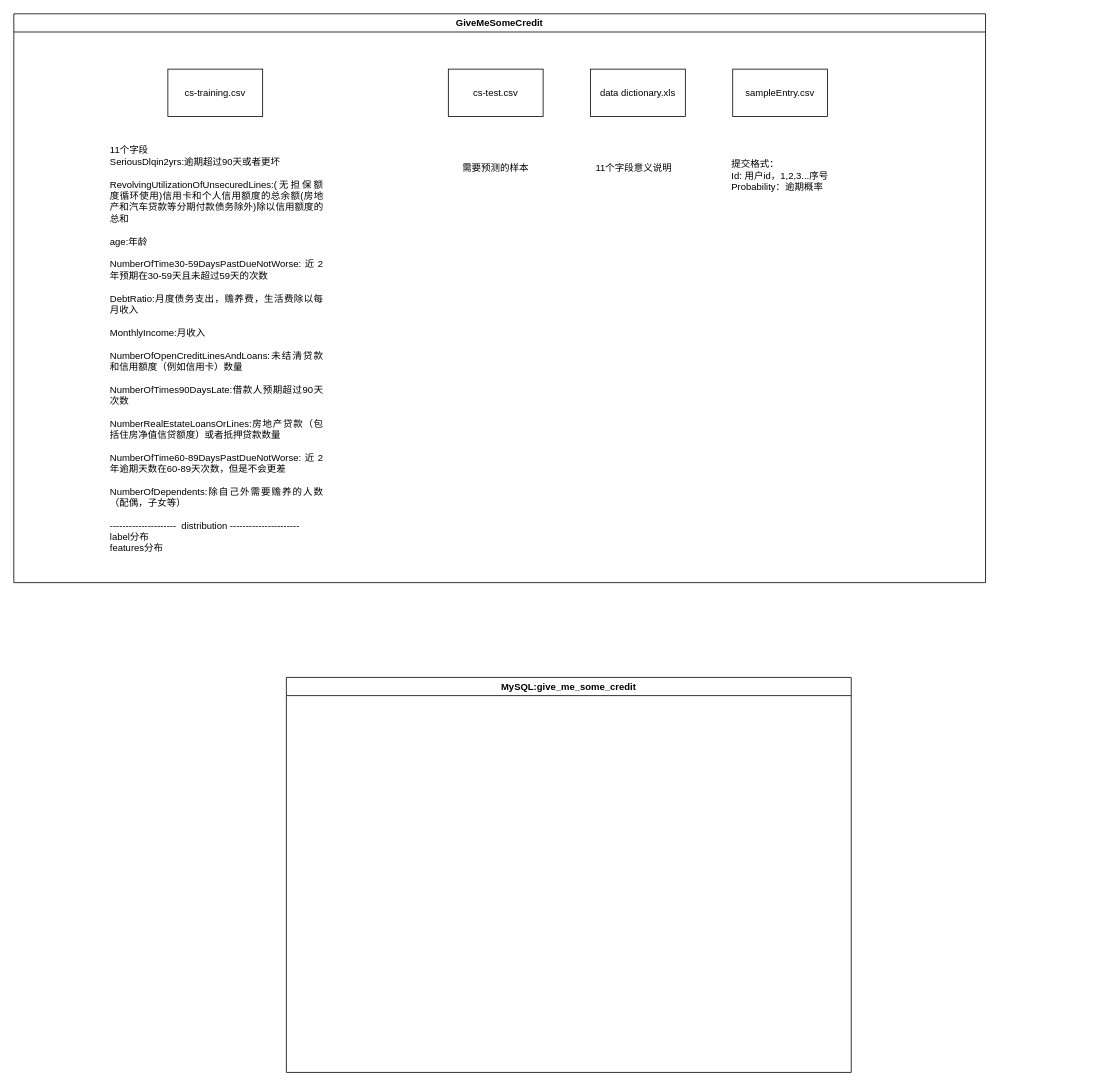
Earlier version of the draw.io diagram datasets/give_me_some_credit/data_info.drawio (dawangbaixiaofu/credit). Source tidied: cells renumbered, new cells numbered last; positions are measured from the earlier drawing's top-left corner, leaving out a move shared by most shapes. Both pictures are drawn from the tidied source at 79%, with x=0, y=0 at pixel (13, 13).
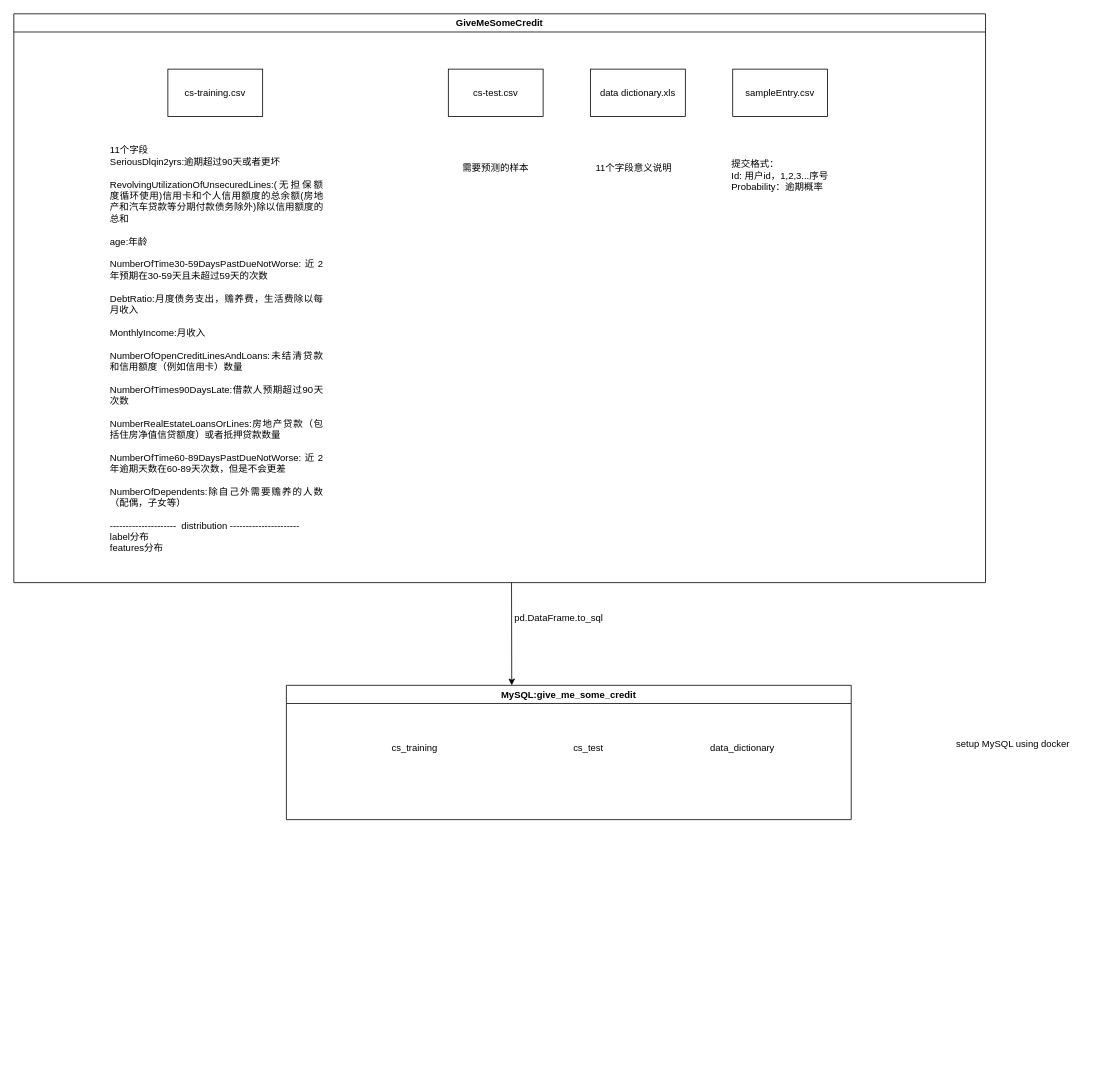
Above is the later version.

Commit message:
datasets:give_me_some_credit:data_info.drawio

What changed in the source:
```diff
@@
 <mxGraphModel>
   <root>
     <mxCell id="0" />
     <mxCell id="1" parent="0" />
     <mxCell id="2" value="GiveMeSomeCredit" style="swimlane;whiteSpace=wrap;html=1;" parent="1" vertex="1">
       <mxGeometry width="1230" height="720" as="geometry" />
     </mxCell>
     <mxCell id="3" value="cs-training.csv" style="rounded=0;whiteSpace=wrap;html=1;" parent="2" vertex="1">
       <mxGeometry x="195" y="70" width="120" height="60" as="geometry" />
     </mxCell>
     <mxCell id="4" value="cs-test.csv" style="rounded=0;whiteSpace=wrap;html=1;" parent="2" vertex="1">
       <mxGeometry x="550" y="70" width="120" height="60" as="geometry" />
     </mxCell>
     <mxCell id="5" value="data dictionary.xls" style="rounded=0;whiteSpace=wrap;html=1;" parent="2" vertex="1">
       <mxGeometry x="730" y="70" width="120" height="60" as="geometry" />
     </mxCell>
     <mxCell id="6" value="sampleEntry.csv" style="rounded=0;whiteSpace=wrap;html=1;" parent="2" vertex="1">
       <mxGeometry x="910" y="70" width="120" height="60" as="geometry" />
     </mxCell>
     <mxCell id="7" value="&lt;div style=&quot;text-align: justify;&quot;&gt;&lt;span style=&quot;background-color: initial;&quot;&gt;11个字段&lt;/span&gt;&lt;/div&gt;&lt;table style=&quot;text-align: justify;&quot; width=&quot;270&quot; cellspacing=&quot;0&quot; cellpadding=&quot;0&quot; border=&quot;0&quot;&gt;&lt;tbody&gt;&lt;tr style=&quot;height:12.75pt&quot; height=&quot;17&quot;&gt;  &lt;td style=&quot;height:12.75pt;width:203pt&quot; width=&quot;270&quot; class=&quot;xl65&quot; height=&quot;17&quot;&gt;SeriousDlqin2yrs:逾期超过90天或者更坏&lt;br&gt;&lt;br&gt;&lt;table width=&quot;270&quot; cellspacing=&quot;0&quot; cellpadding=&quot;0&quot; border=&quot;0&quot;&gt;&lt;tbody&gt;&lt;tr style=&quot;height:25.5pt&quot; height=&quot;34&quot;&gt;  &lt;td style=&quot;height:25.5pt;width:203pt&quot; width=&quot;270&quot; class=&quot;xl65&quot; height=&quot;34&quot;&gt;RevolvingUtilizationOfUnsecuredLines:(无担保额度循环使用)信用卡和个人信用额度的总余额(房地产和汽车贷款等分期付款债务除外)除以信用额度的总和&lt;br&gt;&lt;br&gt;age:年龄&lt;br&gt;&lt;br&gt;&lt;table width=&quot;270&quot; cellspacing=&quot;0&quot; cellpadding=&quot;0&quot; border=&quot;0&quot;&gt;&lt;tbody&gt;&lt;tr style=&quot;height:12.75pt&quot; height=&quot;17&quot;&gt;  &lt;td style=&quot;height:12.75pt;width:203pt&quot; width=&quot;270&quot; class=&quot;xl65&quot; height=&quot;17&quot;&gt;NumberOfTime30-59DaysPastDueNotWorse:近2年预期在30-59天且未超过59天的次数&lt;br&gt;&lt;br&gt;&lt;table width=&quot;270&quot; cellspacing=&quot;0&quot; cellpadding=&quot;0&quot; border=&quot;0&quot;&gt;&lt;tbody&gt;&lt;tr style=&quot;height:12.75pt&quot; height=&quot;17&quot;&gt;  &lt;td style=&quot;height:12.75pt;width:203pt&quot; width=&quot;270&quot; class=&quot;xl65&quot; height=&quot;17&quot;&gt;DebtRatio:月度债务支出，赡养费，生活费除以每月收入&lt;br&gt;&lt;br&gt;&lt;table width=&quot;270&quot; cellspacing=&quot;0&quot; cellpadding=&quot;0&quot; border=&quot;0&quot;&gt;&lt;tbody&gt;&lt;tr style=&quot;height:12.75pt&quot; height=&quot;17&quot;&gt;  &lt;td style=&quot;height:12.75pt;width:203pt&quot; width=&quot;270&quot; class=&quot;xl65&quot; height=&quot;17&quot;&gt;MonthlyIncome:月收入&lt;br&gt;&lt;br&gt;&lt;table width=&quot;270&quot; cellspacing=&quot;0&quot; cellpadding=&quot;0&quot; border=&quot;0&quot;&gt;&lt;tbody&gt;&lt;tr style=&quot;height:12.75pt&quot; height=&quot;17&quot;&gt;  &lt;td style=&quot;height:12.75pt;width:203pt&quot; width=&quot;270&quot; class=&quot;xl65&quot; height=&quot;17&quot;&gt;NumberOfOpenCreditLinesAndLoans:未结清贷款和信用额度（例如信用卡）数量&lt;br&gt;&lt;br&gt;&lt;table width=&quot;270&quot; cellspacing=&quot;0&quot; cellpadding=&quot;0&quot; border=&quot;0&quot;&gt;&lt;tbody&gt;&lt;tr style=&quot;height:12.75pt&quot; height=&quot;17&quot;&gt;  &lt;td style=&quot;height:12.75pt;width:203pt&quot; width=&quot;270&quot; class=&quot;xl65&quot; height=&quot;17&quot;&gt;NumberOfTimes90DaysLate:借款人预期超过90天次数&lt;br&gt;&lt;br&gt;&lt;table width=&quot;270&quot; cellspacing=&quot;0&quot; cellpadding=&quot;0&quot; border=&quot;0&quot;&gt;&lt;tbody&gt;&lt;tr style=&quot;height:12.75pt&quot; height=&quot;17&quot;&gt;  &lt;td style=&quot;height:12.75pt;width:203pt&quot; width=&quot;270&quot; class=&quot;xl65&quot; height=&quot;17&quot;&gt;NumberRealEstateLoansOrLines:房地产贷款（包括住房净值信贷额度）或者抵押贷款数量&lt;br&gt;&lt;br&gt;&lt;table width=&quot;270&quot; cellspacing=&quot;0&quot; cellpadding=&quot;0&quot; border=&quot;0&quot;&gt;&lt;tbody&gt;&lt;tr style=&quot;height:12.75pt&quot; height=&quot;17&quot;&gt;  &lt;td style=&quot;height:12.75pt;width:203pt&quot; width=&quot;270&quot; class=&quot;xl65&quot; height=&quot;17&quot;&gt;NumberOfTime60-89DaysPastDueNotWorse:近2年逾期天数在60-89天次数，但是不会更差&lt;br&gt;&lt;br&gt;&lt;table width=&quot;270&quot; cellspacing=&quot;0&quot; cellpadding=&quot;0&quot; border=&quot;0&quot;&gt;&lt;tbody&gt;&lt;tr style=&quot;height:12.75pt&quot; height=&quot;17&quot;&gt;  &lt;td style=&quot;height:12.75pt;width:203pt&quot; width=&quot;270&quot; class=&quot;xl65&quot; height=&quot;17&quot;&gt;NumberOfDependents:除自己外需要赡养的人数（配偶，子女等）&lt;br&gt;&lt;br&gt;---------------------&amp;nbsp; distribution ----------------------&lt;br&gt;label分布&lt;br&gt;features分布&lt;/td&gt;&lt;/tr&gt;&lt;/tbody&gt;&lt;/table&gt;&lt;/td&gt;&lt;/tr&gt;&lt;/tbody&gt;&lt;/table&gt;&lt;/td&gt;&lt;/tr&gt;&lt;/tbody&gt;&lt;/table&gt;&lt;/td&gt;&lt;/tr&gt;&lt;/tbody&gt;&lt;/table&gt;&lt;/td&gt;&lt;/tr&gt;&lt;/tbody&gt;&lt;/table&gt;&lt;/td&gt;&lt;/tr&gt;&lt;/tbody&gt;&lt;/table&gt;&lt;/td&gt;&lt;/tr&gt;&lt;/tbody&gt;&lt;/table&gt;&lt;/td&gt;&lt;/tr&gt;&lt;/tbody&gt;&lt;/table&gt;&lt;/td&gt;&lt;/tr&gt;&lt;/tbody&gt;&lt;/table&gt;&lt;/td&gt;&lt;/tr&gt;&lt;/tbody&gt;&lt;/table&gt;" style="text;html=1;strokeColor=none;fillColor=none;align=left;verticalAlign=middle;whiteSpace=wrap;rounded=0;" parent="2" vertex="1">
       <mxGeometry x="120" y="160" width="280" height="530" as="geometry" />
     </mxCell>
     <mxCell id="8" value="&lt;div style=&quot;text-align: justify;&quot;&gt;&lt;span style=&quot;background-color: initial;&quot;&gt;需要预测的样本&lt;/span&gt;&lt;/div&gt;" style="text;html=1;strokeColor=none;fillColor=none;align=center;verticalAlign=middle;whiteSpace=wrap;rounded=0;" parent="2" vertex="1">
       <mxGeometry x="545" y="170" width="130" height="50" as="geometry" />
     </mxCell>
     <mxCell id="9" value="&lt;div style=&quot;text-align: justify;&quot;&gt;&lt;span style=&quot;background-color: initial;&quot;&gt;11个字段意义说明&lt;/span&gt;&lt;/div&gt;" style="text;html=1;strokeColor=none;fillColor=none;align=center;verticalAlign=middle;whiteSpace=wrap;rounded=0;" parent="2" vertex="1">
       <mxGeometry x="730" y="170" width="110" height="50" as="geometry" />
     </mxCell>
     <mxCell id="10" value="&lt;div style=&quot;text-align: justify;&quot;&gt;&lt;span style=&quot;background-color: initial;&quot;&gt;提交格式：&lt;/span&gt;&lt;/div&gt;&lt;div style=&quot;text-align: justify;&quot;&gt;&lt;span style=&quot;background-color: initial;&quot;&gt;Id: 用户id，1,2,3...序号&lt;/span&gt;&lt;/div&gt;&lt;div style=&quot;text-align: justify;&quot;&gt;&lt;span style=&quot;background-color: initial;&quot;&gt;Probability：逾期概率&lt;/span&gt;&lt;/div&gt;" style="text;html=1;strokeColor=none;fillColor=none;align=center;verticalAlign=middle;whiteSpace=wrap;rounded=0;" parent="2" vertex="1">
       <mxGeometry x="895" y="170" width="150" height="70" as="geometry" />
     </mxCell>
     <mxCell id="11" value="MySQL:give_me_some_credit" style="swimlane;whiteSpace=wrap;html=1;" parent="1" vertex="1">
-      <mxGeometry x="345" y="840" width="715" height="500" as="geometry" />
+      <mxGeometry x="345" y="850" width="715" height="170" as="geometry" />
     </mxCell>
+    <mxCell id="12" value="cs_training" style="text;html=1;strokeColor=none;fillColor=none;align=center;verticalAlign=middle;whiteSpace=wrap;rounded=0;" parent="11" vertex="1">
+      <mxGeometry x="125" y="60" width="75" height="40" as="geometry" />
+    </mxCell>
+    <mxCell id="13" value="cs_test" style="text;html=1;strokeColor=none;fillColor=none;align=center;verticalAlign=middle;whiteSpace=wrap;rounded=0;" parent="11" vertex="1">
+      <mxGeometry x="345" y="60" width="75" height="40" as="geometry" />
+    </mxCell>
+    <mxCell id="14" value="data_dictionary" style="text;html=1;strokeColor=none;fillColor=none;align=center;verticalAlign=middle;whiteSpace=wrap;rounded=0;" parent="11" vertex="1">
+      <mxGeometry x="525" y="60" width="105" height="40" as="geometry" />
+    </mxCell>
+    <mxCell id="15" style="endArrow=classic;html=1;entryX=0.399;entryY=0;entryDx=0;entryDy=0;entryPerimeter=0;" parent="1" edge="1" target="11">
+      <mxGeometry relative="1" as="geometry">
+        <mxPoint x="630" y="720" as="sourcePoint" />
+      </mxGeometry>
+    </mxCell>
+    <mxCell id="16" value="pd.DataFrame.to_sql" style="text;html=1;strokeColor=none;fillColor=none;align=center;verticalAlign=middle;whiteSpace=wrap;rounded=0;" parent="1" vertex="1">
+      <mxGeometry x="660" y="750" width="60" height="30" as="geometry" />
+    </mxCell>
+    <mxCell id="17" value="setup MySQL using docker" style="text;html=1;strokeColor=none;fillColor=none;align=center;verticalAlign=middle;whiteSpace=wrap;rounded=0;" parent="1" vertex="1">
+      <mxGeometry x="1170" y="910" width="190" height="30" as="geometry" />
+    </mxCell>
   </root>
 </mxGraphModel>
```
